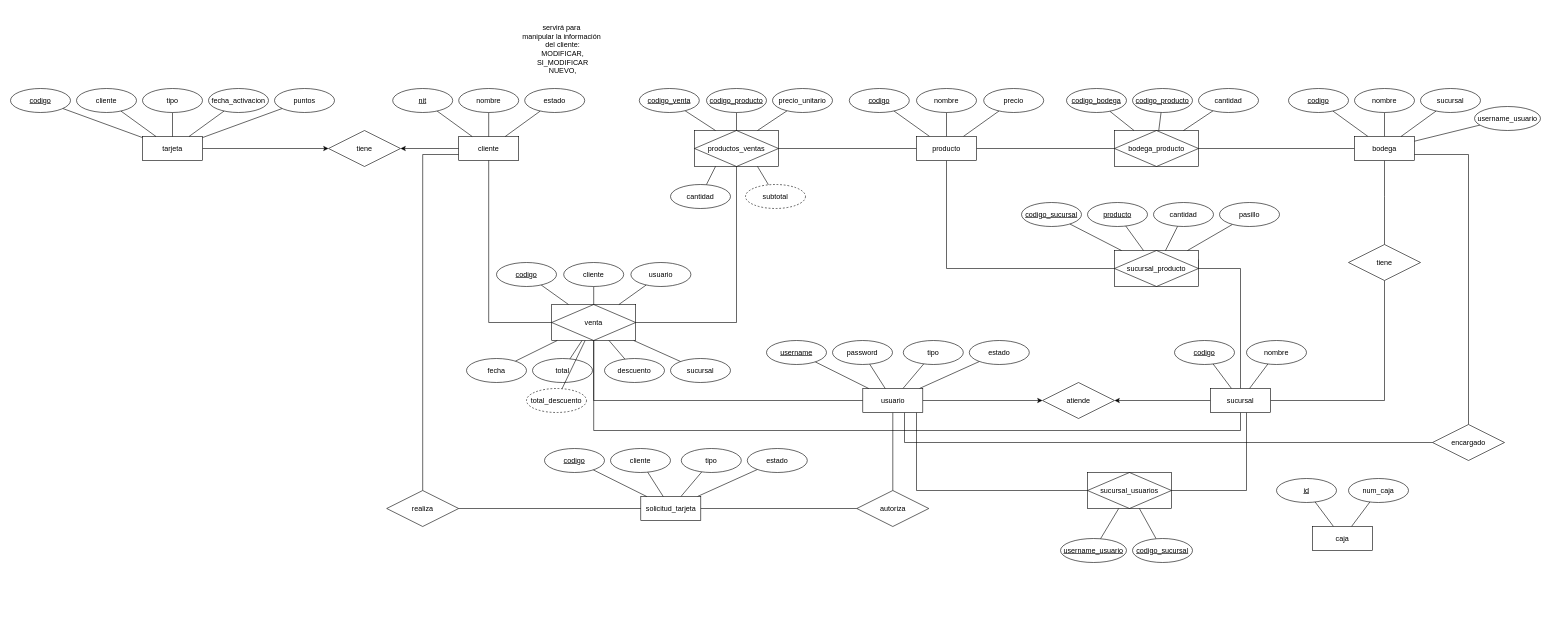
Earlier version of the draw.io diagram documentacion/ER GameProXela.drawio (luisbaquiax/GamerProXela). Source tidied: cells renumbered, new cells numbered last; positions are measured from the earlier drawing's top-left corner, leaving out a move shared by most shapes. Both pictures are drawn from the tidied source at 60%, with x=0, y=0 at pixel (10, 10).
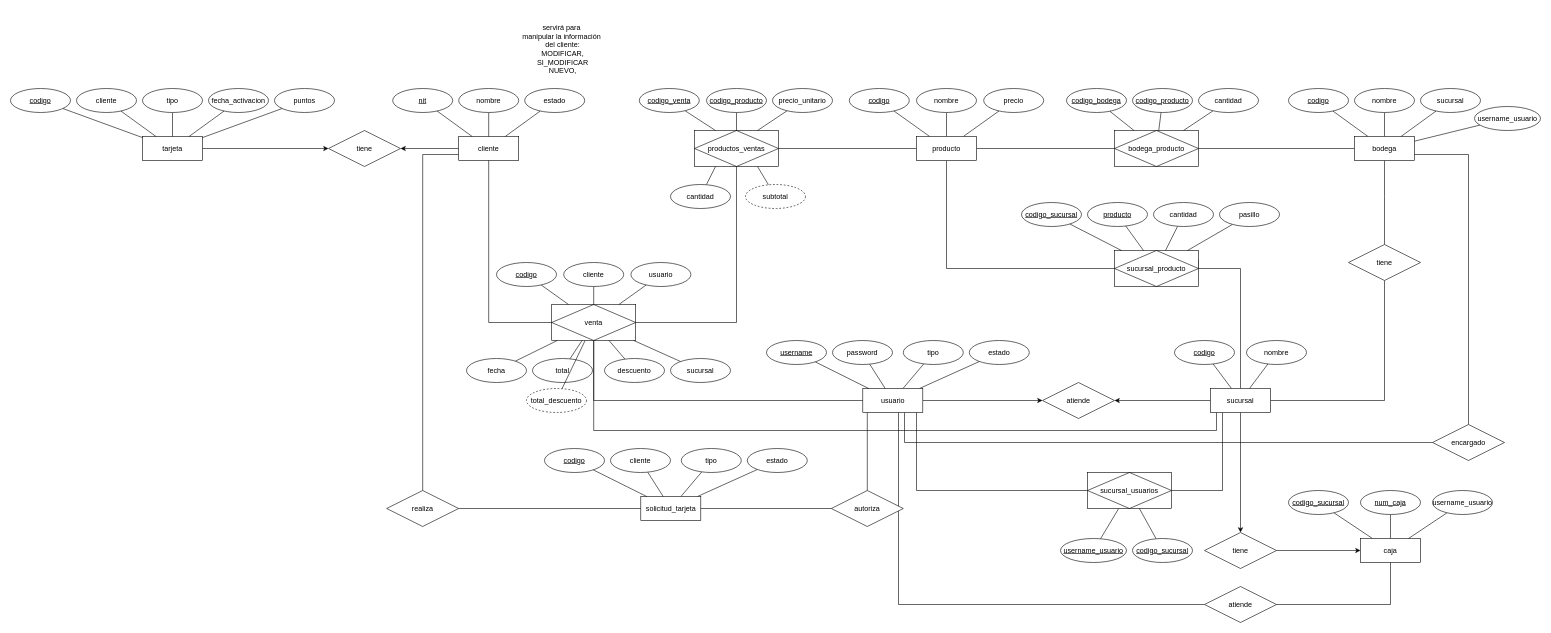
The same page after the edit.

The change refers to these unchanged cells:
```xml
<mxCell id="19" value="usuario" style="whiteSpace=wrap;html=1;align=center;" parent="1" vertex="1">
  <mxGeometry x="1420.5" y="630" width="100" height="40" as="geometry" />
</mxCell>
<mxCell id="36" value="venta" style="shape=associativeEntity;whiteSpace=wrap;html=1;align=center;" parent="1" vertex="1">
  <mxGeometry x="902" y="490" width="140" height="60" as="geometry" />
</mxCell>
<mxCell id="50" value="sucursal" style="whiteSpace=wrap;html=1;align=center;" parent="1" vertex="1">
  <mxGeometry x="2000" y="630" width="100" height="40" as="geometry" />
</mxCell>
<mxCell id="126" value="sucursal_usuarios" style="shape=associativeEntity;whiteSpace=wrap;html=1;align=center;" parent="1" vertex="1">
  <mxGeometry x="1795" y="770" width="140" height="60" as="geometry" />
</mxCell>
```

Change to the diagram source:
```diff
@@
     <mxCell id="16" style="edgeStyle=orthogonalEdgeStyle;rounded=0;jettySize=auto;html=1;endArrow=none;endFill=0;" parent="1" edge="1" source="19" target="119">
-      <mxGeometry relative="1" as="geometry" />
+      <mxGeometry relative="1" as="geometry">
+        <Array as="points">
+          <mxPoint x="1428" y="700" />
+          <mxPoint x="1428" y="700" />
+        </Array>
+      </mxGeometry>
     </mxCell>
@@
+    <mxCell id="144" style="edgeStyle=orthogonalEdgeStyle;rounded=0;jettySize=auto;html=1;endArrow=none;endFill=0;" parent="1" edge="1" source="19" target="151">
+      <mxGeometry relative="1" as="geometry">
+        <Array as="points">
+          <mxPoint x="1480" y="990" />
+        </Array>
+      </mxGeometry>
+    </mxCell>
@@
     <mxCell id="35" style="edgeStyle=orthogonalEdgeStyle;rounded=0;jettySize=auto;html=1;endArrow=none;endFill=0;" parent="1" edge="1" source="36" target="50">
       <mxGeometry relative="1" as="geometry">
         <Array as="points">
           <mxPoint x="972" y="700" />
-          <mxPoint x="2050" y="700" />
+          <mxPoint x="2010" y="700" />
         </Array>
       </mxGeometry>
     </mxCell>
@@
     <mxCell id="49" style="edgeStyle=orthogonalEdgeStyle;rounded=0;jettySize=auto;html=1;endArrow=none;endFill=0;" parent="1" edge="1" source="50" target="126">
       <mxGeometry relative="1" as="geometry">
         <Array as="points">
-          <mxPoint x="2060" y="800" />
+          <mxPoint x="2020" y="800" />
         </Array>
       </mxGeometry>
     </mxCell>
+    <mxCell id="145" style="edgeStyle=orthogonalEdgeStyle;rounded=0;jettySize=auto;html=1;endArrow=classic;endFill=1;" parent="1" edge="1" source="50" target="149">
+      <mxGeometry relative="1" as="geometry" />
+    </mxCell>
@@
     <mxCell id="119" value="autoriza" style="shape=rhombus;perimeter=rhombusPerimeter;whiteSpace=wrap;html=1;align=center;" parent="1" vertex="1">
-      <mxGeometry x="1410.5" y="800" width="120" height="60" as="geometry" />
+      <mxGeometry x="1368" y="800" width="120" height="60" as="geometry" />
     </mxCell>
@@
     <mxCell id="137" value="caja" style="whiteSpace=wrap;html=1;align=center;" parent="1" vertex="1">
-      <mxGeometry x="2170" y="860" width="100" height="40" as="geometry" />
+      <mxGeometry x="2250" y="880" width="100" height="40" as="geometry" />
     </mxCell>
-    <mxCell id="138" value="id" style="ellipse;whiteSpace=wrap;html=1;align=center;fontStyle=4;" parent="1" vertex="1">
-      <mxGeometry x="2110" y="780" width="100" height="40" as="geometry" />
+    <mxCell id="138" value="codigo_sucursal" style="ellipse;whiteSpace=wrap;html=1;align=center;fontStyle=4;" parent="1" vertex="1">
+      <mxGeometry x="2130" y="800" width="100" height="40" as="geometry" />
     </mxCell>
-    <mxCell id="139" value="num_caja" style="ellipse;whiteSpace=wrap;html=1;align=center;" parent="1" vertex="1">
-      <mxGeometry x="2230" y="780" width="100" height="40" as="geometry" />
+    <mxCell id="139" value="num_caja" style="ellipse;whiteSpace=wrap;html=1;align=center;fontStyle=4;" parent="1" vertex="1">
+      <mxGeometry x="2250" y="800" width="100" height="40" as="geometry" />
     </mxCell>
@@
+    <mxCell id="146" style="rounded=0;jettySize=auto;html=1;endArrow=none;endFill=0;" parent="1" edge="1" source="147" target="137">
+      <mxGeometry relative="1" as="geometry" />
+    </mxCell>
+    <mxCell id="147" value="username_usuario" style="ellipse;whiteSpace=wrap;html=1;align=center;fontStyle=0;" parent="1" vertex="1">
+      <mxGeometry x="2370" y="800" width="100" height="40" as="geometry" />
+    </mxCell>
+    <mxCell id="148" style="edgeStyle=orthogonalEdgeStyle;rounded=0;jettySize=auto;html=1;endArrow=classic;endFill=1;" parent="1" edge="1" source="149" target="137">
+      <mxGeometry relative="1" as="geometry" />
+    </mxCell>
+    <mxCell id="149" value="tiene" style="shape=rhombus;perimeter=rhombusPerimeter;whiteSpace=wrap;html=1;align=center;" parent="1" vertex="1">
+      <mxGeometry x="1990" y="870" width="120" height="60" as="geometry" />
+    </mxCell>
+    <mxCell id="150" style="edgeStyle=orthogonalEdgeStyle;rounded=0;jettySize=auto;html=1;endArrow=none;endFill=0;" parent="1" edge="1" source="151" target="137">
+      <mxGeometry relative="1" as="geometry" />
+    </mxCell>
+    <mxCell id="151" value="atiende" style="shape=rhombus;perimeter=rhombusPerimeter;whiteSpace=wrap;html=1;align=center;" parent="1" vertex="1">
+      <mxGeometry x="1990" y="960" width="120" height="60" as="geometry" />
+    </mxCell>
```
